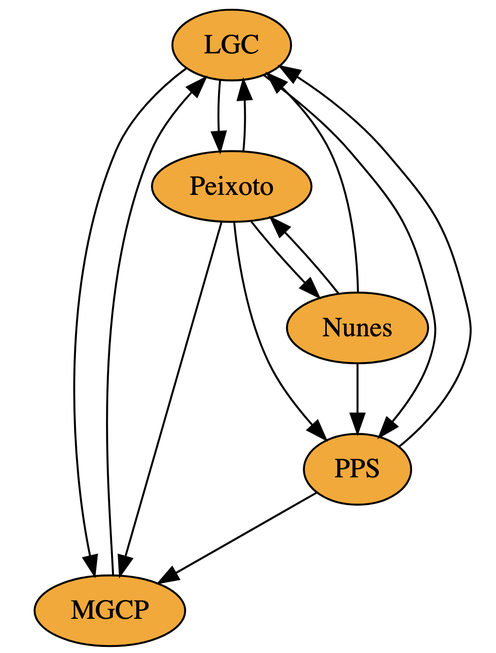
Before: costa/recipients.png, a diagram exported from Graphviz (JoseNunoOliveira/jno). Its source is kept beside it as costa/recipients.dot. Its diagram source:
```dot
digraph G {
LGC -> MGCP [ label="" ];
LGC -> PPS [ label="" ];
LGC -> Peixoto [ label="" ];
MGCP -> LGC [ label="" ];
Nunes -> LGC [ label="" ];
Nunes -> PPS [ label="" ];
Nunes -> Peixoto [ label="" ];
PPS -> LGC [ label="" ];
PPS -> MGCP [ label="" ];
Peixoto -> LGC [ label="" ];
Peixoto -> MGCP [ label="" ];
Peixoto -> Nunes [ label="" ];
Peixoto -> PPS [ label="" ];
PPS [style=filled, fillcolor=orange];
MGCP [style=filled, fillcolor=orange];
LGC  [style=filled, fillcolor=orange];
Peixoto [style=filled, fillcolor=orange];
Nunes [style=filled, fillcolor=orange];
}
```
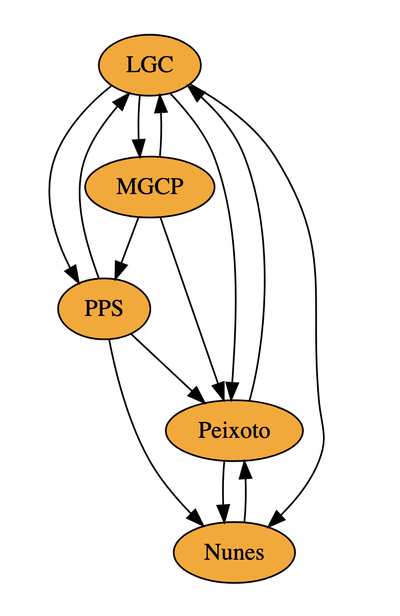
Later version of the same file.

What changed in the source:
```diff
@@ -1,17 +1,17 @@
 digraph G {
 LGC -> MGCP [ label="" ];
+LGC -> Nunes [ label="" ];
 LGC -> PPS [ label="" ];
 LGC -> Peixoto [ label="" ];
 MGCP -> LGC [ label="" ];
-Nunes -> LGC [ label="" ];
-Nunes -> PPS [ label="" ];
+MGCP -> PPS [ label="" ];
+MGCP -> Peixoto [ label="" ];
 Nunes -> Peixoto [ label="" ];
 PPS -> LGC [ label="" ];
-PPS -> MGCP [ label="" ];
+PPS -> Nunes [ label="" ];
+PPS -> Peixoto [ label="" ];
 Peixoto -> LGC [ label="" ];
-Peixoto -> MGCP [ label="" ];
 Peixoto -> Nunes [ label="" ];
-Peixoto -> PPS [ label="" ];
 PPS [style=filled, fillcolor=orange];
 MGCP [style=filled, fillcolor=orange];
 LGC  [style=filled, fillcolor=orange];
```
